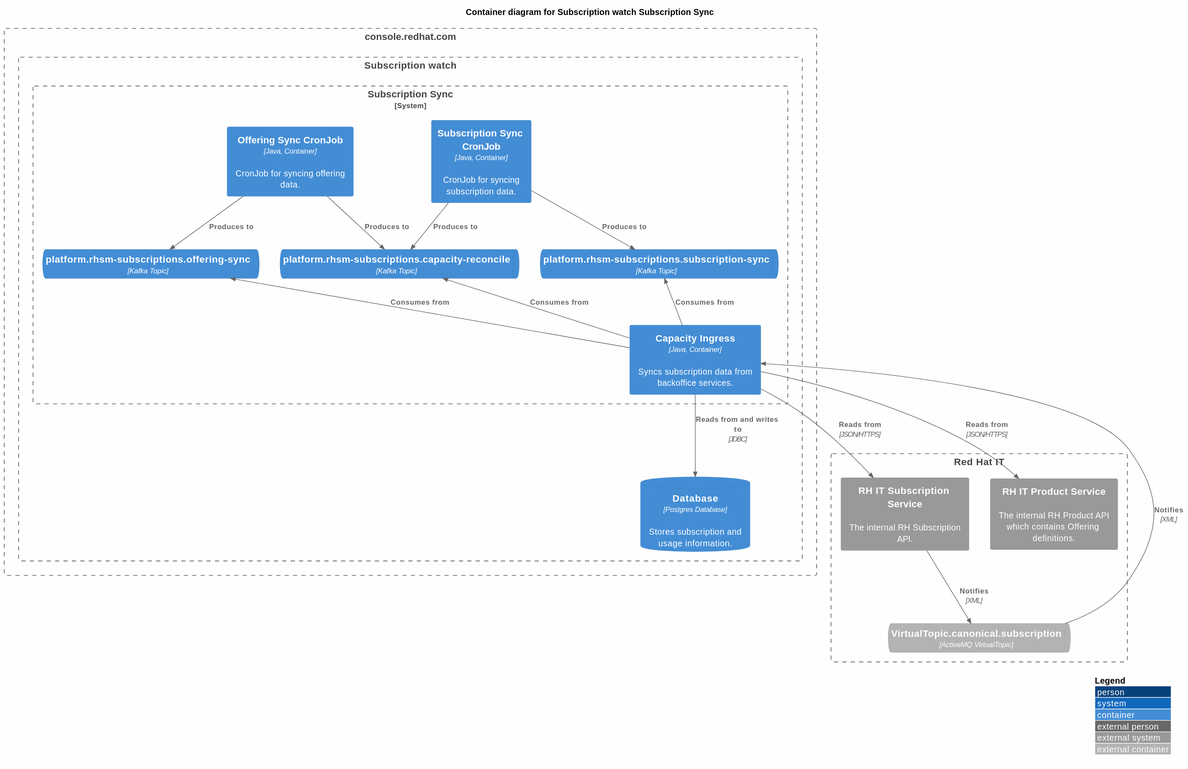
Before: docs/container-subscription-sync.svg, a diagram exported from PlantUML (RedHatInsights/rhsm-subscriptions).
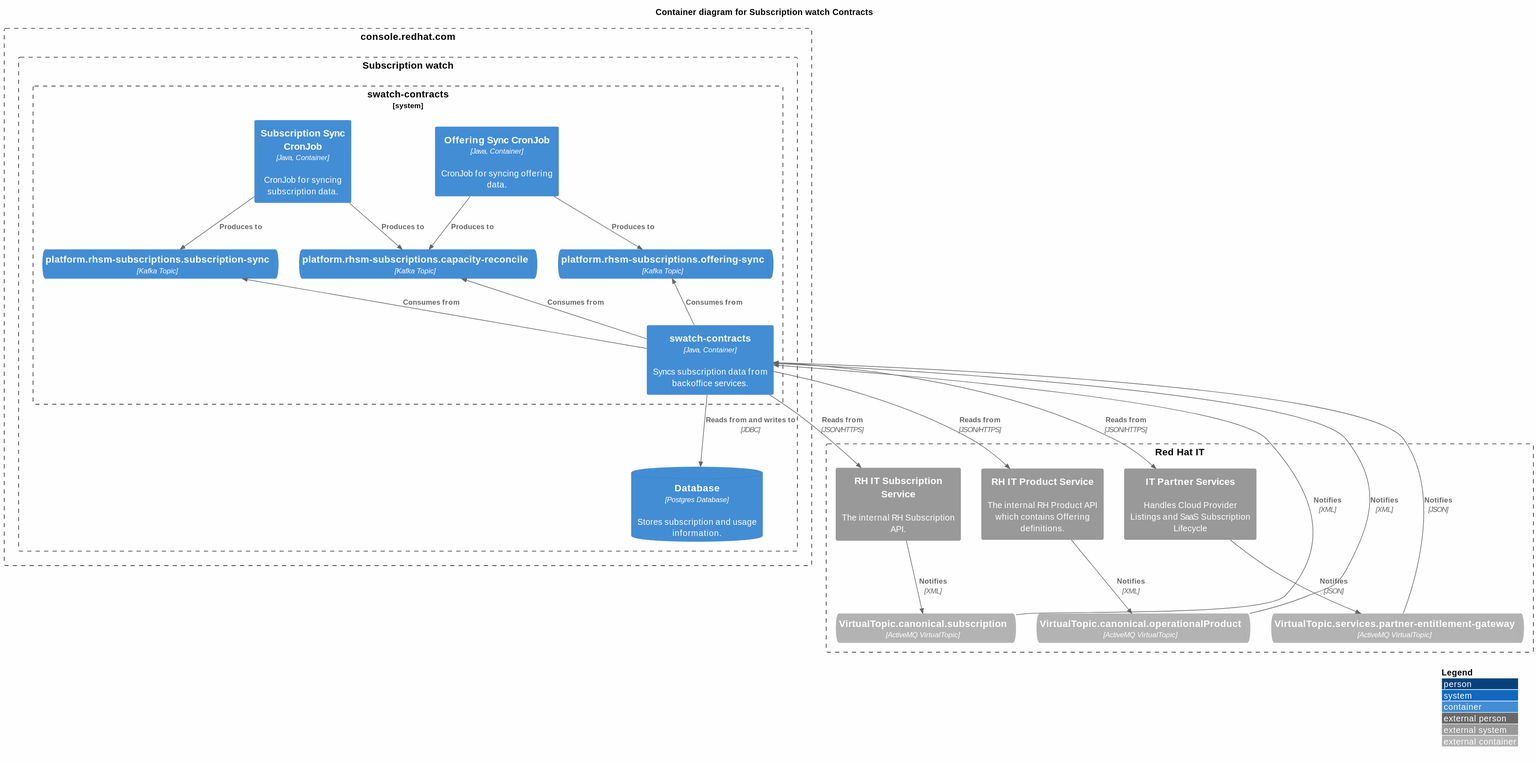
The same diagram one commit later.

What changed in the source:
```diff
@@ -5,14 +5,14 @@
 
 LAYOUT_WITH_LEGEND()
 
-title Container diagram for Subscription watch Subscription Sync
+title Container diagram for Subscription watch Contracts
 
 Boundary(crc, console.redhat.com) {
   Boundary(swatch, "Subscription watch") {
-    System_Boundary(subscription_sync, "Subscription Sync") {
+    System_Boundary(subscription_sync, "swatch-contracts") {
       Container(subscription_sync_job, "Subscription Sync CronJob", "Java, Container", "CronJob for syncing subscription data.")
       Container(offering_sync_job, "Offering Sync CronJob", "Java, Container", "CronJob for syncing offering data.")
-      Container(capacity_ingress, "Capacity Ingress", "Java, Container", "Syncs subscription data from backoffice services.")
+      Container(contracts, "swatch-contracts", "Java, Container", "Syncs subscription data from backoffice services.")
       ContainerQueue(offering_sync_tasks, "platform.rhsm-subscriptions.offering-sync", "Kafka Topic")
       ContainerQueue(capacity_reconcile_tasks, "platform.rhsm-subscriptions.capacity-reconcile", "Kafka Topic")
       ContainerQueue(subscription_sync_tasks, "platform.rhsm-subscriptions.subscription-sync", "Kafka Topic")
@@ -24,19 +24,27 @@
 Boundary(rhit, "Red Hat IT") {
   System_Ext(rhit_subscriptions, "RH IT Subscription Service", "The internal RH Subscription API.")
   System_Ext(rhit_product, "RH IT Product Service", "The internal RH Product API which contains Offering definitions.")
+  System_Ext(partnergw, "IT Partner Services", "Handles Cloud Provider Listings and SaaS Subscription Lifecycle")
   ContainerQueue_Ext(rhit_umb_subscription, "VirtualTopic.canonical.subscription", "ActiveMQ VirtualTopic")
+  ContainerQueue_Ext(rhit_umb_product, "VirtualTopic.canonical.operationalProduct", "ActiveMQ VirtualTopic")
+  ContainerQueue_Ext(rhit_contracts, "VirtualTopic.services.partner-entitlement-gateway", "ActiveMQ VirtualTopic")
 }
 
 Rel(subscription_sync_job, subscription_sync_tasks, "Produces to")
 Rel(subscription_sync_job, capacity_reconcile_tasks, "Produces to")
 Rel(offering_sync_job, offering_sync_tasks, "Produces to")
 Rel(offering_sync_job, capacity_reconcile_tasks, "Produces to")
-Rel_Back(subscription_sync_tasks, capacity_ingress, "Consumes from")
-Rel_Back(capacity_reconcile_tasks, capacity_ingress, "Consumes from")
-Rel_Back(offering_sync_tasks, capacity_ingress, "Consumes from")
-Rel(capacity_ingress, db, "Reads from and writes to", "JDBC")
-Rel(capacity_ingress, rhit_subscriptions, "Reads from", "JSON/HTTPS")
-Rel_Back(capacity_ingress, rhit_umb_subscription, "Notifies", "XML")
-Rel(capacity_ingress, rhit_product, "Reads from", "JSON/HTTPS")
+Rel_Back(subscription_sync_tasks, contracts, "Consumes from")
+Rel_Back(capacity_reconcile_tasks, contracts, "Consumes from")
+Rel_Back(offering_sync_tasks, contracts, "Consumes from")
+Rel(contracts, db, "Reads from and writes to", "JDBC")
+Rel(contracts, rhit_subscriptions, "Reads from", "JSON/HTTPS")
+Rel_Back(contracts, rhit_umb_subscription, "Notifies", "XML")
+Rel_Back(contracts, rhit_umb_product, "Notifies", "XML")
+Rel_Back(contracts, rhit_contracts, "Notifies", "JSON")
+Rel(contracts, rhit_product, "Reads from", "JSON/HTTPS")
+Rel(contracts, partnergw, "Reads from", "JSON/HTTPS")
+Rel(rhit_product, rhit_umb_product, "Notifies", "XML")
 Rel(rhit_subscriptions, rhit_umb_subscription, "Notifies", "XML")
+Rel(partnergw, rhit_contracts, "Notifies", "JSON")
 @enduml
```
